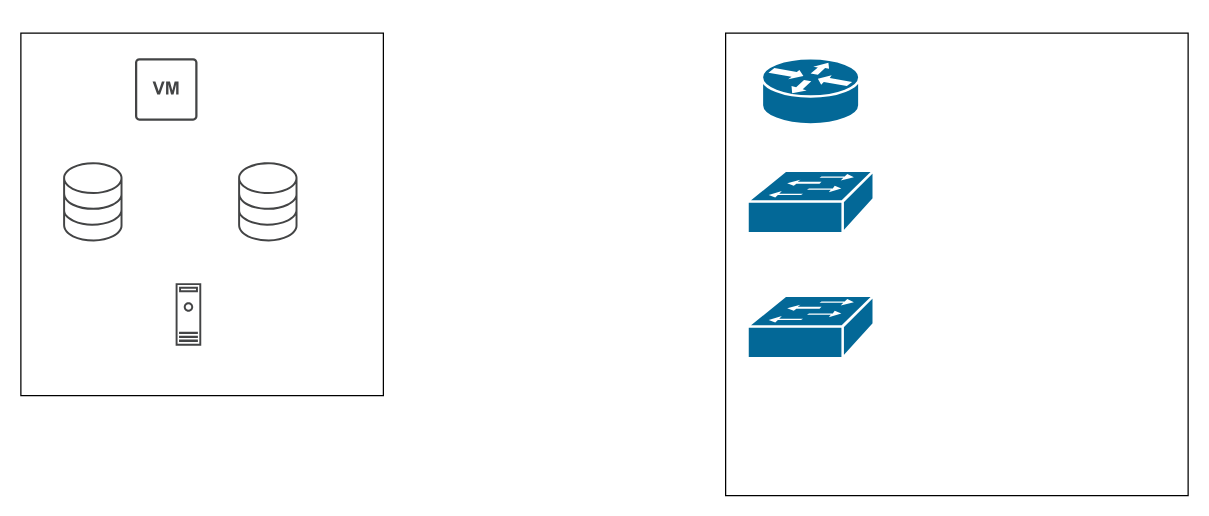
The draw.io diagram page "Page-1" (1 of 2) of images/Untitled Diagram.drawio in tammoaha/tes, before the edit. Source tidied: cells renumbered, new cells numbered last; positions are measured from the earlier drawing's top-left corner, leaving out a move shared by most shapes. Both pictures are drawn from the tidied source at 125%, with x=0, y=0 at pixel (20, 32). Pictures stored in the file or linked from it are replaced by grey dashed boxes.
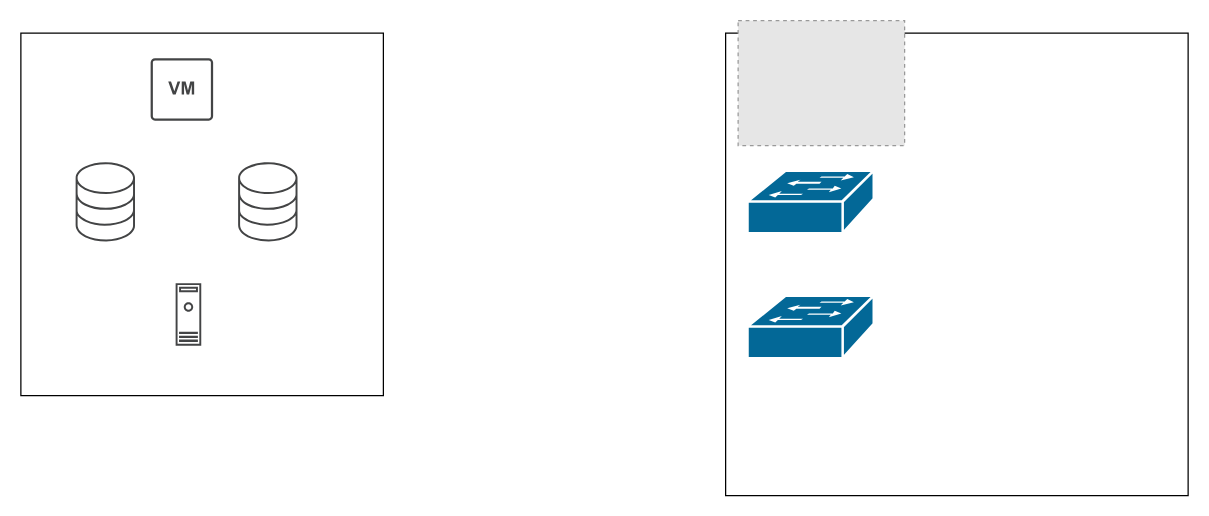
Above is the later version.

What changed in the source:
```diff
@@
 <mxGraphModel>
   <root>
     <mxCell id="0" />
     <mxCell id="1" parent="0" />
     <mxCell id="2" style="whiteSpace=wrap;html=1;" parent="1" vertex="1">
       <mxGeometry x="0.2" width="290" height="290" as="geometry" />
     </mxCell>
     <mxCell id="3" style="sketch=0;shadow=0;dashed=0;html=1;strokeColor=none;fillColor=#434445;labelPosition=center;verticalLabelPosition=bottom;verticalAlign=top;align=center;shape=mxgraph.vvd.virtual_machine;" parent="1" vertex="1">
-      <mxGeometry x="91.5" y="20" width="50" height="50" as="geometry" />
+      <mxGeometry x="104" y="20" width="50" height="50" as="geometry" />
     </mxCell>
     <mxCell id="4" style="sketch=0;shadow=0;dashed=0;html=1;strokeColor=none;fillColor=#434445;labelPosition=center;verticalLabelPosition=bottom;verticalAlign=top;align=center;shape=mxgraph.vvd.storage;" parent="1" vertex="1">
-      <mxGeometry x="34" y="103.3" width="47.5" height="63.3" as="geometry" />
+      <mxGeometry x="44" y="103.3" width="47.5" height="63.3" as="geometry" />
     </mxCell>
     <mxCell id="5" style="sketch=0;shadow=0;dashed=0;html=1;strokeColor=none;fillColor=#434445;labelPosition=center;verticalLabelPosition=bottom;verticalAlign=top;align=center;shape=mxgraph.vvd.storage;" parent="1" vertex="1">
       <mxGeometry x="174" y="103.3" width="47.5" height="63.3" as="geometry" />
     </mxCell>
     <mxCell id="6" style="sketch=0;shadow=0;dashed=0;html=1;strokeColor=none;fillColor=#434445;labelPosition=center;verticalLabelPosition=bottom;verticalAlign=top;align=center;shape=mxgraph.vvd.machine;" parent="1" vertex="1">
       <mxGeometry x="124" y="200" width="20.5" height="50" as="geometry" />
     </mxCell>
     <mxCell id="7" style="whiteSpace=wrap;html=1;" parent="1" vertex="1">
       <mxGeometry x="564" width="370" height="370" as="geometry" />
     </mxCell>
-    <mxCell id="8" style="shape=mxgraph.cisco.routers.router;sketch=0;html=1;dashed=0;fillColor=#036897;strokeColor=#ffffff;strokeWidth=2;verticalLabelPosition=bottom;verticalAlign=top;align=center;" parent="1" vertex="1">
-      <mxGeometry x="593" y="20" width="78" height="53" as="geometry" />
-    </mxCell>
     <mxCell id="9" style="shape=mxgraph.cisco.switches.workgroup_switch;sketch=0;html=1;dashed=0;fillColor=#036897;strokeColor=#ffffff;strokeWidth=2;verticalLabelPosition=bottom;verticalAlign=top;align=center;" parent="1" vertex="1">
       <mxGeometry x="581.5" y="110" width="101" height="50" as="geometry" />
     </mxCell>
     <mxCell id="10" style="shape=mxgraph.cisco.switches.workgroup_switch;sketch=0;html=1;dashed=0;fillColor=#036897;strokeColor=#ffffff;strokeWidth=2;verticalLabelPosition=bottom;verticalAlign=top;align=center;" parent="1" vertex="1">
       <mxGeometry x="581.5" y="210" width="101" height="50" as="geometry" />
     </mxCell>
+    <mxCell id="11" style="fillColor=#E6E6E6;strokeColor=#999999;dashed=1;verticalLabelPosition=bottom;verticalAlign=top;" parent="1" vertex="1">
+      <mxGeometry x="574" y="-10" width="133.2" height="100" as="geometry" />
+    </mxCell>
   </root>
 </mxGraphModel>
```
